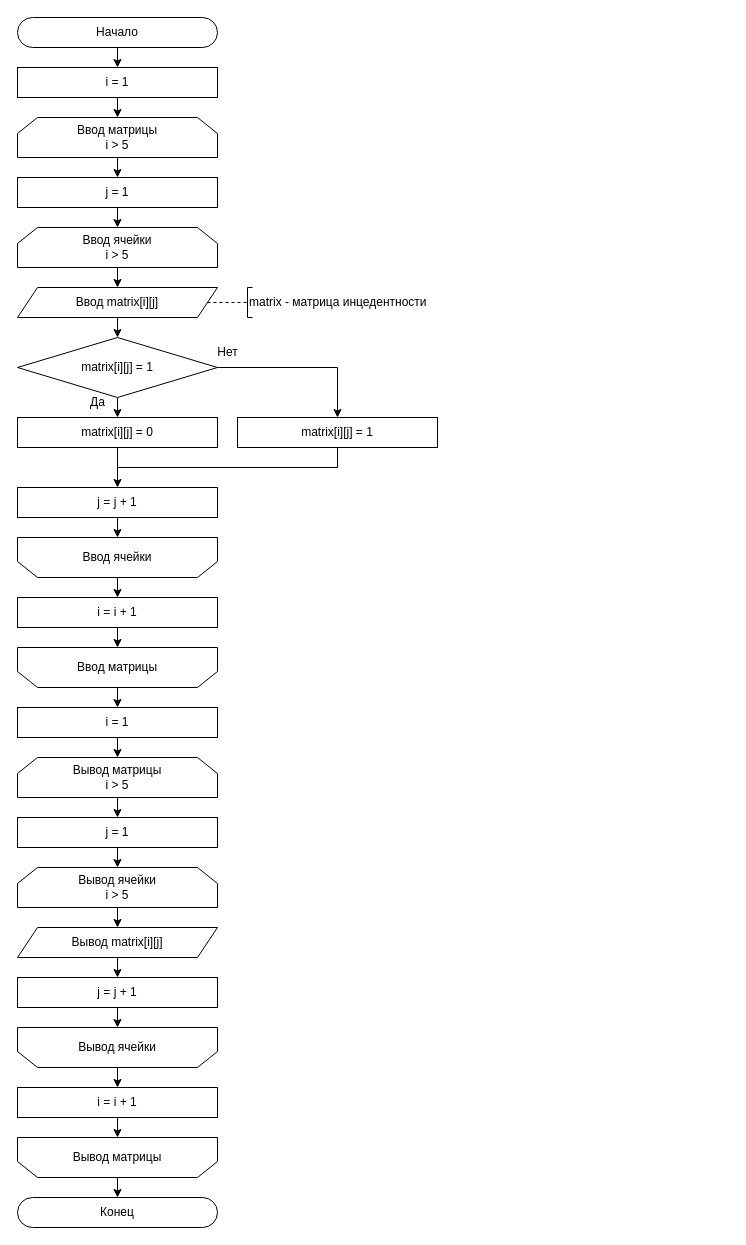
Earlier version of the draw.io diagram discrete-mathematics/labaratoty-work-4/shemes.drawio (mkstas/LearningVyatSu). Source tidied: cells renumbered, new cells numbered last; positions are measured from the earlier drawing's top-left corner, leaving out a move shared by most shapes. Both pictures are drawn from the tidied source at 100%, with x=0, y=0 at pixel (17, 17).
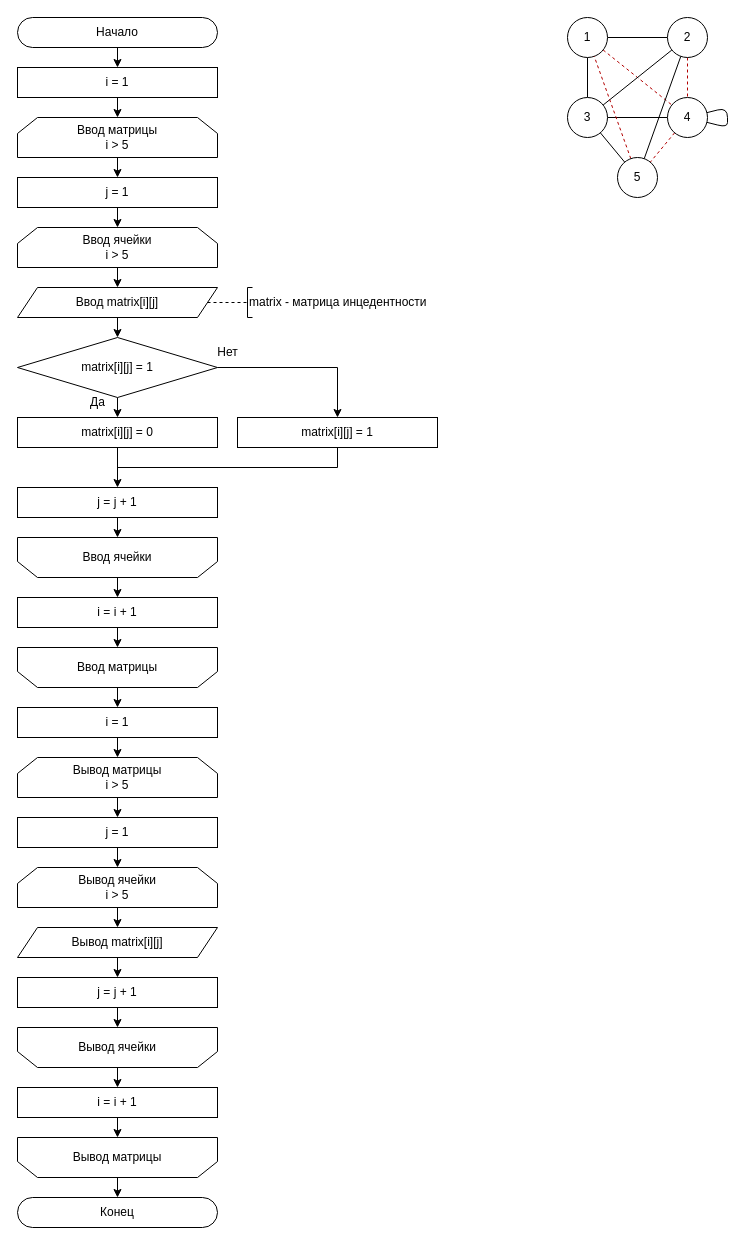
The same diagram, later.

The edit, as a diff of the source:
```diff
@@
+    <mxCell id="53" style="edgeStyle=none;html=1;endArrow=none;endFill=0;" parent="1" edge="1" source="56" target="63">
+      <mxGeometry relative="1" as="geometry" />
+    </mxCell>
+    <mxCell id="54" style="edgeStyle=none;html=1;endArrow=none;endFill=0;" parent="1" edge="1" source="56" target="60">
+      <mxGeometry relative="1" as="geometry" />
+    </mxCell>
+    <mxCell id="55" style="edgeStyle=none;html=1;fillColor=#e51400;strokeColor=#B20000;endArrow=none;endFill=0;dashed=1;" parent="1" edge="1" source="56" target="65">
+      <mxGeometry relative="1" as="geometry" />
+    </mxCell>
+    <mxCell id="56" value="1" style="ellipse;whiteSpace=wrap;html=1;" parent="1" vertex="1">
+      <mxGeometry x="550" width="40" height="40" as="geometry" />
+    </mxCell>
+    <mxCell id="57" style="edgeStyle=none;html=1;endArrow=none;endFill=0;" parent="1" edge="1" source="60" target="63">
+      <mxGeometry relative="1" as="geometry" />
+    </mxCell>
+    <mxCell id="58" style="edgeStyle=none;html=1;endArrow=none;endFill=0;" parent="1" edge="1" source="60" target="65">
+      <mxGeometry relative="1" as="geometry" />
+    </mxCell>
+    <mxCell id="59" style="edgeStyle=none;html=1;endArrow=none;endFill=0;" parent="1" edge="1" source="60" target="67">
+      <mxGeometry relative="1" as="geometry" />
+    </mxCell>
+    <mxCell id="60" value="3" style="ellipse;whiteSpace=wrap;html=1;" parent="1" vertex="1">
+      <mxGeometry x="550" y="80" width="40" height="40" as="geometry" />
+    </mxCell>
+    <mxCell id="61" style="edgeStyle=none;html=1;endArrow=none;endFill=0;" parent="1" edge="1" source="63" target="67">
+      <mxGeometry relative="1" as="geometry" />
+    </mxCell>
+    <mxCell id="62" style="edgeStyle=none;html=1;fillColor=#e51400;strokeColor=#B20000;endArrow=none;endFill=0;dashed=1;" parent="1" edge="1" source="63" target="65">
+      <mxGeometry relative="1" as="geometry" />
+    </mxCell>
+    <mxCell id="63" value="2" style="ellipse;whiteSpace=wrap;html=1;" parent="1" vertex="1">
+      <mxGeometry x="650" width="40" height="40" as="geometry" />
+    </mxCell>
+    <mxCell id="64" style="edgeStyle=none;html=1;fillColor=#e51400;strokeColor=#B20000;endArrow=none;endFill=0;dashed=1;" parent="1" edge="1" source="65" target="67">
+      <mxGeometry relative="1" as="geometry" />
+    </mxCell>
+    <mxCell id="65" value="4" style="ellipse;whiteSpace=wrap;html=1;" parent="1" vertex="1">
+      <mxGeometry x="650" y="80" width="40" height="40" as="geometry" />
+    </mxCell>
+    <mxCell id="66" style="edgeStyle=none;html=1;fillColor=#e51400;strokeColor=#B20000;endArrow=none;endFill=0;dashed=1;" parent="1" edge="1" source="67" target="56">
+      <mxGeometry relative="1" as="geometry" />
+    </mxCell>
+    <mxCell id="67" value="5" style="ellipse;whiteSpace=wrap;html=1;" parent="1" vertex="1">
+      <mxGeometry x="600" y="140" width="40" height="40" as="geometry" />
+    </mxCell>
+    <mxCell id="68" style="edgeStyle=none;html=1;endArrow=none;endFill=0;" parent="1" edge="1" source="65" target="65">
+      <mxGeometry relative="1" as="geometry" />
+    </mxCell>
```
